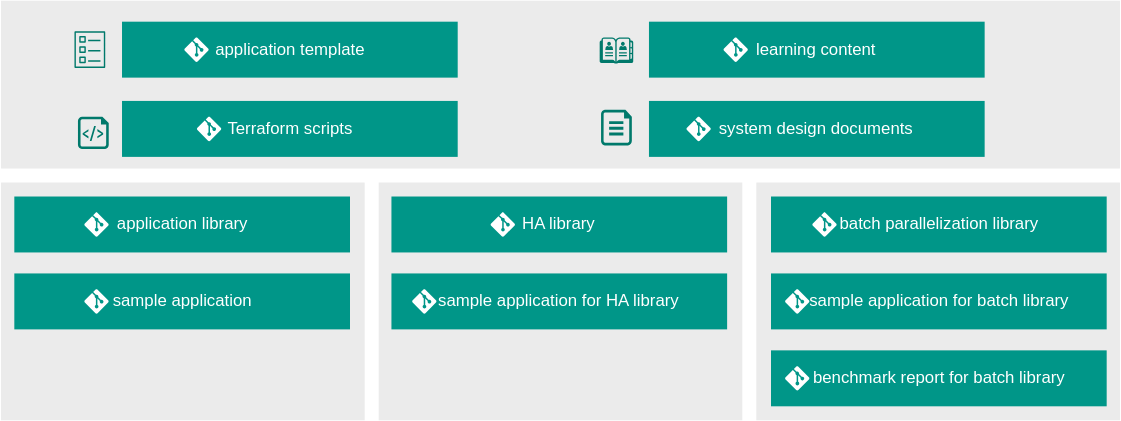
lerna-stack/lerna-stack.github.io keeps this draw.io diagram as img/lerna_content_list_en.drawio.svg. Above is the earlier version. Source tidied: cells renumbered, new cells last; positions are measured from the earlier drawing's top-left corner, leaving out a move shared by most shapes.
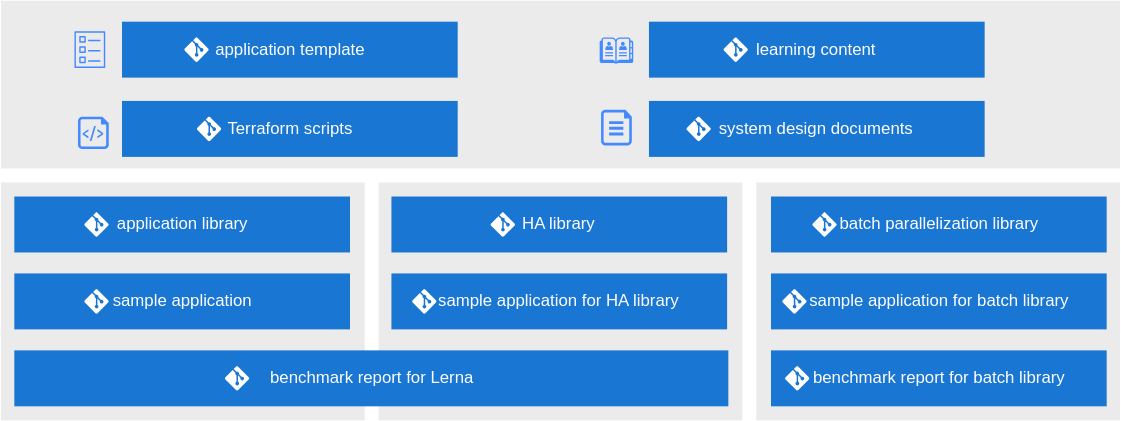
After the change.

Commit message:
add benchmark score

The edit, as a diff of the source:
```diff
@@ -14,60 +14,60 @@
     <mxCell id="5" style="whiteSpace=wrap;html=1;rounded=0;shadow=0;glass=0;sketch=0;align=left;dashed=1;verticalAlign=top;labelBackgroundColor=none;strokeColor=none;fillColor=#EBEBEB;" parent="1" vertex="1">
       <mxGeometry y="130" width="260" height="170" as="geometry" />
     </mxCell>
-    <mxCell id="6" style="verticalLabelPosition=bottom;html=1;verticalAlign=top;align=center;shape=mxgraph.azure.file;rounded=0;shadow=0;glass=0;dashed=1;labelBackgroundColor=none;sketch=0;fontColor=#ffffff;strokeColor=none;fillColor=#00796B;" parent="1" vertex="1">
+    <mxCell id="6" style="verticalLabelPosition=bottom;html=1;verticalAlign=top;align=center;shape=mxgraph.azure.file;rounded=0;shadow=0;glass=0;dashed=1;labelBackgroundColor=none;sketch=0;fontColor=#ffffff;strokeColor=none;fillColor=#448AFF;" parent="1" vertex="1">
       <mxGeometry x="429" y="77.9" width="22" height="25.6" as="geometry" />
     </mxCell>
-    <mxCell id="7" style="fontColor=#ffffff;dashed=0;verticalLabelPosition=bottom;verticalAlign=top;align=center;html=1;fontSize=12;fontStyle=0;shape=mxgraph.aws4.template;rounded=0;shadow=0;glass=0;labelBackgroundColor=none;sketch=0;strokeColor=none;fillColor=#00796B;" parent="1" vertex="1">
+    <mxCell id="7" style="fontColor=#ffffff;dashed=0;verticalLabelPosition=bottom;verticalAlign=top;align=center;html=1;fontSize=12;fontStyle=0;shape=mxgraph.aws4.template;rounded=0;shadow=0;glass=0;labelBackgroundColor=none;sketch=0;strokeColor=none;fillColor=#448AFF;" parent="1" vertex="1">
       <mxGeometry x="52.5" y="21.8" width="22" height="26.4" as="geometry" />
     </mxCell>
-    <mxCell id="8" style="shadow=0;dashed=0;html=1;labelPosition=center;verticalLabelPosition=bottom;verticalAlign=top;align=center;shape=mxgraph.office.concepts.address_book;rounded=0;glass=0;labelBackgroundColor=none;sketch=0;fontColor=#ffffff;strokeColor=none;fillColor=#00796B;" parent="1" vertex="1">
+    <mxCell id="8" style="shadow=0;dashed=0;html=1;labelPosition=center;verticalLabelPosition=bottom;verticalAlign=top;align=center;shape=mxgraph.office.concepts.address_book;rounded=0;glass=0;labelBackgroundColor=none;sketch=0;fontColor=#ffffff;strokeColor=none;fillColor=#448AFF;" parent="1" vertex="1">
       <mxGeometry x="428" y="26.2" width="24" height="18.6" as="geometry" />
     </mxCell>
-    <mxCell id="9" style="verticalLabelPosition=bottom;html=1;verticalAlign=top;align=center;shape=mxgraph.azure.script_file;rounded=0;shadow=0;glass=0;dashed=1;labelBackgroundColor=none;sketch=0;fontColor=#ffffff;strokeColor=none;fillColor=#00796B;" parent="1" vertex="1">
+    <mxCell id="9" style="verticalLabelPosition=bottom;html=1;verticalAlign=top;align=center;shape=mxgraph.azure.script_file;rounded=0;shadow=0;glass=0;dashed=1;labelBackgroundColor=none;sketch=0;fontColor=#ffffff;strokeColor=none;fillColor=#448AFF;" parent="1" vertex="1">
       <mxGeometry x="55" y="82.9" width="22" height="23.2" as="geometry" />
     </mxCell>
     <object id="10" label="application template" placeholders="1">
-      <mxCell style="whiteSpace=wrap;html=1;fontColor=#ffffff;strokeColor=none;fillColor=#009688;" parent="1" vertex="1">
+      <mxCell style="whiteSpace=wrap;html=1;fontColor=#ffffff;strokeColor=none;fillColor=#1976D2;" parent="1" vertex="1">
         <mxGeometry x="86.5" y="15" width="240" height="40" as="geometry" />
       </mxCell>
     </object>
     <mxCell id="11" style="verticalLabelPosition=bottom;html=1;verticalAlign=top;align=center;strokeColor=none;shape=mxgraph.azure.git_repository;rounded=0;shadow=0;glass=0;sketch=0;fillColor=#FFFFFF;" parent="1" vertex="1">
       <mxGeometry x="131" y="26.2" width="17.5" height="17.5" as="geometry" />
     </mxCell>
-    <mxCell id="12" value="Terraform scripts" style="whiteSpace=wrap;html=1;fontColor=#ffffff;strokeColor=none;fillColor=#009688;" parent="1" vertex="1">
+    <mxCell id="12" value="Terraform scripts" style="whiteSpace=wrap;html=1;fontColor=#ffffff;strokeColor=none;fillColor=#1976D2;" parent="1" vertex="1">
       <mxGeometry x="86.5" y="71.7" width="240" height="40" as="geometry" />
     </mxCell>
     <mxCell id="13" style="verticalLabelPosition=bottom;html=1;verticalAlign=top;align=center;strokeColor=none;shape=mxgraph.azure.git_repository;rounded=0;shadow=0;glass=0;sketch=0;fillColor=#FFFFFF;" parent="1" vertex="1">
       <mxGeometry x="140" y="82.9" width="17.5" height="17.5" as="geometry" />
     </mxCell>
-    <mxCell id="14" value="learning content" style="whiteSpace=wrap;html=1;fontColor=#ffffff;strokeColor=none;fillColor=#009688;" parent="1" vertex="1">
+    <mxCell id="14" value="learning content" style="whiteSpace=wrap;html=1;fontColor=#ffffff;strokeColor=none;fillColor=#1976D2;" parent="1" vertex="1">
       <mxGeometry x="463.2" y="15" width="240" height="40" as="geometry" />
     </mxCell>
     <mxCell id="15" style="verticalLabelPosition=bottom;html=1;verticalAlign=top;align=center;strokeColor=none;shape=mxgraph.azure.git_repository;rounded=0;shadow=0;glass=0;sketch=0;fillColor=#FFFFFF;" parent="1" vertex="1">
       <mxGeometry x="516.5" y="26.2" width="17.5" height="17.5" as="geometry" />
     </mxCell>
-    <mxCell id="16" value="system design documents" style="whiteSpace=wrap;html=1;fontColor=#ffffff;strokeColor=none;fillColor=#009688;" parent="1" vertex="1">
+    <mxCell id="16" value="system design documents" style="whiteSpace=wrap;html=1;fontColor=#ffffff;strokeColor=none;fillColor=#1976D2;" parent="1" vertex="1">
       <mxGeometry x="463.2" y="71.7" width="240" height="40" as="geometry" />
     </mxCell>
     <mxCell id="17" style="verticalLabelPosition=bottom;html=1;verticalAlign=top;align=center;strokeColor=none;shape=mxgraph.azure.git_repository;rounded=0;shadow=0;glass=0;sketch=0;fillColor=#FFFFFF;" parent="1" vertex="1">
       <mxGeometry x="490" y="82.9" width="17.5" height="17.5" as="geometry" />
     </mxCell>
-    <mxCell id="18" value="application library" style="whiteSpace=wrap;html=1;fontColor=#ffffff;strokeColor=none;fillColor=#009688;" parent="1" vertex="1">
+    <mxCell id="18" value="application library" style="whiteSpace=wrap;html=1;fontColor=#ffffff;strokeColor=none;fillColor=#1976D2;" parent="1" vertex="1">
       <mxGeometry x="9.5" y="140" width="240" height="40" as="geometry" />
     </mxCell>
     <mxCell id="19" style="verticalLabelPosition=bottom;html=1;verticalAlign=top;align=center;strokeColor=none;shape=mxgraph.azure.git_repository;rounded=0;shadow=0;glass=0;sketch=0;fillColor=#FFFFFF;" parent="1" vertex="1">
       <mxGeometry x="59.5" y="151.2" width="17.5" height="17.5" as="geometry" />
     </mxCell>
-    <mxCell id="20" value="sample application" style="whiteSpace=wrap;html=1;fontColor=#ffffff;strokeColor=none;fillColor=#009688;" parent="1" vertex="1">
+    <mxCell id="20" value="sample application" style="whiteSpace=wrap;html=1;fontColor=#ffffff;strokeColor=none;fillColor=#1976D2;" parent="1" vertex="1">
       <mxGeometry x="9.5" y="195" width="240" height="40" as="geometry" />
     </mxCell>
     <mxCell id="21" style="verticalLabelPosition=bottom;html=1;verticalAlign=top;align=center;strokeColor=none;shape=mxgraph.azure.git_repository;rounded=0;shadow=0;glass=0;sketch=0;fillColor=#FFFFFF;" parent="1" vertex="1">
       <mxGeometry x="59.5" y="206.2" width="17.5" height="17.5" as="geometry" />
     </mxCell>
-    <mxCell id="22" value="HA library" style="whiteSpace=wrap;html=1;fontColor=#ffffff;strokeColor=none;fillColor=#009688;" parent="1" vertex="1">
+    <mxCell id="22" value="HA library" style="whiteSpace=wrap;html=1;fontColor=#ffffff;strokeColor=none;fillColor=#1976D2;" parent="1" vertex="1">
       <mxGeometry x="279.1" y="140" width="240" height="40" as="geometry" />
     </mxCell>
-    <mxCell id="23" value="sample application for HA library" style="whiteSpace=wrap;html=1;fontColor=#ffffff;strokeColor=none;fillColor=#009688;" parent="1" vertex="1">
+    <mxCell id="23" value="sample application for HA library" style="whiteSpace=wrap;html=1;fontColor=#ffffff;strokeColor=none;fillColor=#1976D2;" parent="1" vertex="1">
       <mxGeometry x="279.1" y="195" width="240" height="40" as="geometry" />
     </mxCell>
     <mxCell id="24" style="verticalLabelPosition=bottom;html=1;verticalAlign=top;align=center;strokeColor=none;shape=mxgraph.azure.git_repository;rounded=0;shadow=0;glass=0;sketch=0;fillColor=#FFFFFF;" parent="1" vertex="1">
@@ -76,17 +76,17 @@
     <mxCell id="25" style="verticalLabelPosition=bottom;html=1;verticalAlign=top;align=center;strokeColor=none;shape=mxgraph.azure.git_repository;rounded=0;shadow=0;glass=0;sketch=0;fillColor=#FFFFFF;" parent="1" vertex="1">
       <mxGeometry x="350" y="151.2" width="17.5" height="17.5" as="geometry" />
     </mxCell>
-    <mxCell id="26" value="&amp;nbsp;sample application for batch library" style="whiteSpace=wrap;html=1;fontColor=#ffffff;strokeColor=none;fillColor=#009688;" parent="1" vertex="1">
+    <mxCell id="26" value="&amp;nbsp;sample application for batch library" style="whiteSpace=wrap;html=1;fontColor=#ffffff;strokeColor=none;fillColor=#1976D2;" parent="1" vertex="1">
       <mxGeometry x="550.5" y="195" width="240" height="40" as="geometry" />
     </mxCell>
-    <mxCell id="27" value="batch parallelization library" style="whiteSpace=wrap;html=1;fontColor=#ffffff;strokeColor=none;fillColor=#009688;" parent="1" vertex="1">
+    <mxCell id="27" value="batch parallelization library" style="whiteSpace=wrap;html=1;fontColor=#ffffff;strokeColor=none;fillColor=#1976D2;" parent="1" vertex="1">
       <mxGeometry x="550.5" y="140" width="240" height="40" as="geometry" />
     </mxCell>
-    <mxCell id="28" value="benchmark report for batch library" style="whiteSpace=wrap;html=1;fontColor=#ffffff;strokeColor=none;fillColor=#009688;" parent="1" vertex="1">
+    <mxCell id="28" value="benchmark report for batch library" style="whiteSpace=wrap;html=1;fontColor=#ffffff;strokeColor=none;fillColor=#1976D2;" parent="1" vertex="1">
       <mxGeometry x="550.5" y="250" width="240" height="40" as="geometry" />
     </mxCell>
     <mxCell id="29" style="verticalLabelPosition=bottom;html=1;verticalAlign=top;align=center;strokeColor=none;shape=mxgraph.azure.git_repository;rounded=0;shadow=0;glass=0;sketch=0;fillColor=#FFFFFF;" parent="1" vertex="1">
-      <mxGeometry x="560.5" y="206.2" width="17.5" height="17.5" as="geometry" />
+      <mxGeometry x="558.5" y="206.2" width="17.5" height="17.5" as="geometry" />
     </mxCell>
     <mxCell id="30" style="verticalLabelPosition=bottom;html=1;verticalAlign=top;align=center;strokeColor=none;shape=mxgraph.azure.git_repository;rounded=0;shadow=0;glass=0;sketch=0;fillColor=#FFFFFF;" parent="1" vertex="1">
       <mxGeometry x="560.5" y="261.2" width="17.5" height="17.5" as="geometry" />
@@ -94,5 +94,11 @@
     <mxCell id="31" style="verticalLabelPosition=bottom;html=1;verticalAlign=top;align=center;strokeColor=none;shape=mxgraph.azure.git_repository;rounded=0;shadow=0;glass=0;sketch=0;fillColor=#FFFFFF;" parent="1" vertex="1">
       <mxGeometry x="580" y="151.2" width="17.5" height="17.5" as="geometry" />
     </mxCell>
+    <mxCell id="32" value="benchmark report for Lerna" style="whiteSpace=wrap;html=1;fontColor=#ffffff;strokeColor=none;fillColor=#1976D2;" parent="1" vertex="1">
+      <mxGeometry x="9.5" y="250" width="510.5" height="40" as="geometry" />
+    </mxCell>
+    <mxCell id="33" style="verticalLabelPosition=bottom;html=1;verticalAlign=top;align=center;strokeColor=none;shape=mxgraph.azure.git_repository;rounded=0;shadow=0;glass=0;sketch=0;fillColor=#FFFFFF;" parent="1" vertex="1">
+      <mxGeometry x="160" y="261.2" width="17.5" height="17.5" as="geometry" />
+    </mxCell>
   </root>
 </mxGraphModel>
```
